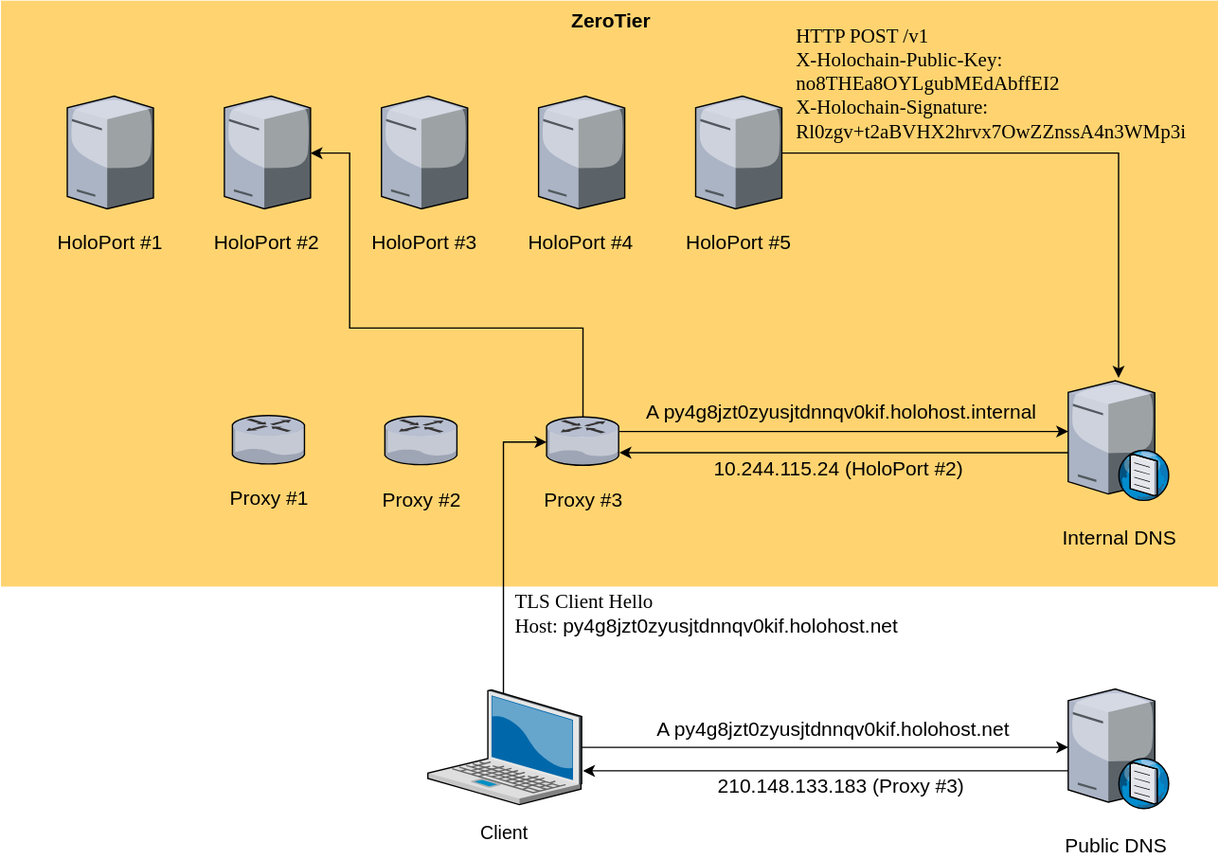
Above: diagram.svg in transumption-crypto/holo-router (draw.io), before the change. Source tidied: cells renumbered, new cells last; positions are measured from the earlier drawing's top-left corner, leaving out a move shared by most shapes.
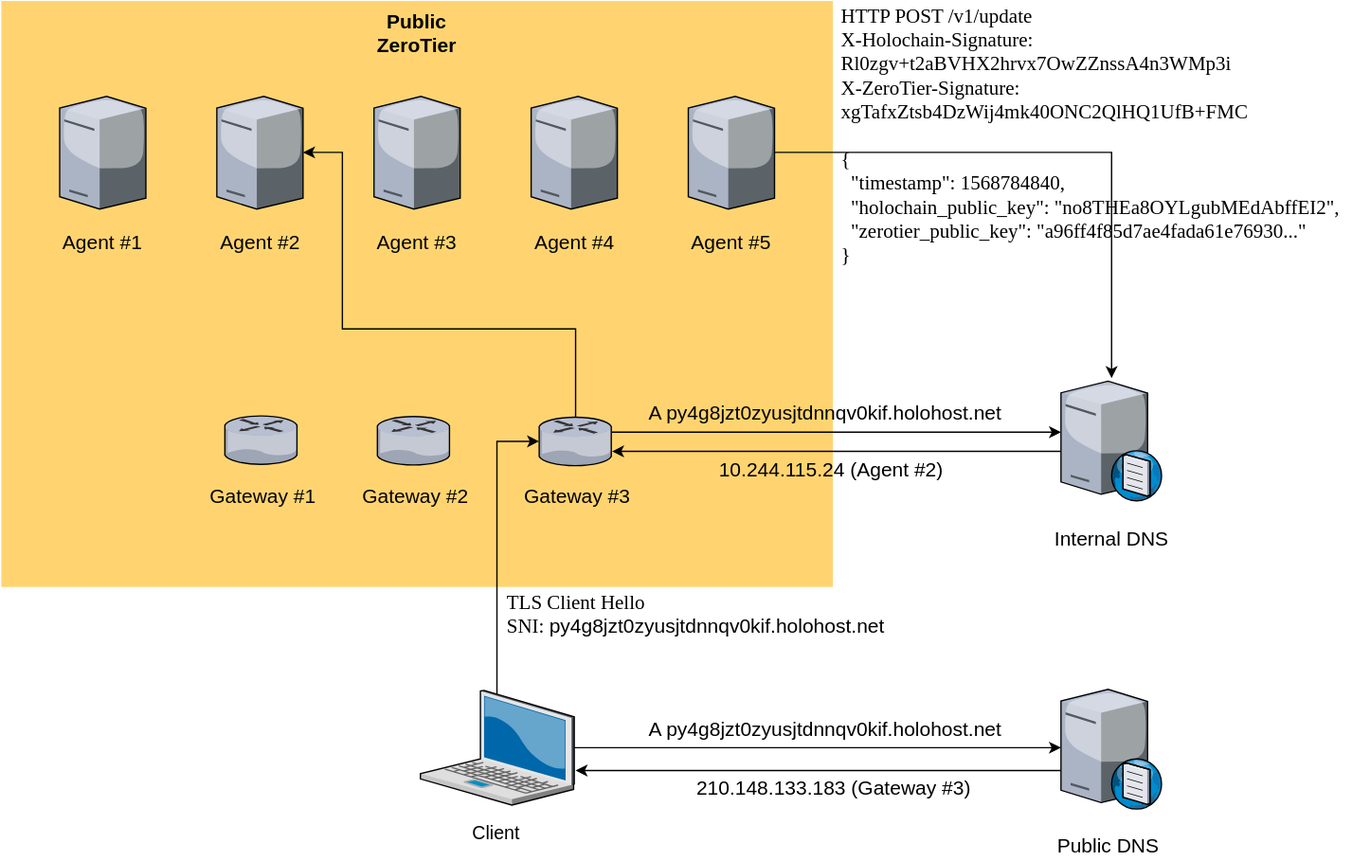
After the change.

Diff of the diagram source:
```diff
@@ -2,8 +2,8 @@
   <root>
     <mxCell id="0" style="html=1;" />
     <mxCell id="1" style="html=1;" parent="0" />
-    <mxCell id="2" value="&lt;font style=&quot;font-size: 15px&quot;&gt;&lt;b&gt;ZeroTier&lt;/b&gt;&lt;/font&gt;" style="whiteSpace=wrap;html=1;fillColor=#FFD470;gradientColor=none;fontSize=14;strokeColor=none;verticalAlign=top;" parent="1" vertex="1">
-      <mxGeometry width="918" height="442" as="geometry" />
+    <mxCell id="2" value="&lt;font style=&quot;font-size: 15px&quot;&gt;&lt;b&gt;Public ZeroTier&lt;/b&gt;&lt;/font&gt;" style="whiteSpace=wrap;html=1;fillColor=#FFD470;gradientColor=none;fontSize=14;strokeColor=none;verticalAlign=top;" parent="1" vertex="1">
+      <mxGeometry x="6" width="627" height="442" as="geometry" />
     </mxCell>
     <mxCell id="3" style="edgeStyle=orthogonalEdgeStyle;rounded=0;jettySize=auto;html=1;fontSize=15;" parent="1" edge="1" source="5" target="29">
       <mxGeometry relative="1" as="geometry" />
@@ -46,32 +46,32 @@
     <mxCell id="14" value="Internal DNS" style="text;html=1;align=center;verticalAlign=middle;fillColor=none;strokeColor=none;rounded=0;fontSize=15;" parent="12" vertex="1">
       <mxGeometry y="110" width="100" height="20" as="geometry" />
     </mxCell>
-    <mxCell id="15" value="HoloPort #1" style="text;html=1;align=center;verticalAlign=middle;fillColor=none;strokeColor=none;rounded=0;fontSize=15;" parent="1" vertex="1">
-      <mxGeometry x="32.5" y="172" width="100" height="20" as="geometry" />
+    <mxCell id="15" value="Agent #1" style="text;html=1;align=center;verticalAlign=middle;fillColor=none;strokeColor=none;rounded=0;fontSize=15;" parent="1" vertex="1">
+      <mxGeometry x="42.5" y="172" width="80" height="20" as="geometry" />
     </mxCell>
-    <mxCell id="16" value="HoloPort #2" style="text;html=1;align=center;verticalAlign=middle;fillColor=none;strokeColor=none;rounded=0;fontSize=15;" parent="1" vertex="1">
-      <mxGeometry x="151" y="172" width="100" height="20" as="geometry" />
+    <mxCell id="16" value="Agent #2" style="text;html=1;align=center;verticalAlign=middle;fillColor=none;strokeColor=none;rounded=0;fontSize=15;" parent="1" vertex="1">
+      <mxGeometry x="161" y="172" width="80" height="20" as="geometry" />
     </mxCell>
-    <mxCell id="17" value="HoloPort #3" style="text;html=1;align=center;verticalAlign=middle;fillColor=none;strokeColor=none;rounded=0;fontSize=15;" parent="1" vertex="1">
-      <mxGeometry x="269.5" y="172" width="100" height="20" as="geometry" />
+    <mxCell id="17" value="Agent #3" style="text;html=1;align=center;verticalAlign=middle;fillColor=none;strokeColor=none;rounded=0;fontSize=15;" parent="1" vertex="1">
+      <mxGeometry x="279.5" y="172" width="80" height="20" as="geometry" />
     </mxCell>
-    <mxCell id="18" value="HoloPort #4" style="text;html=1;align=center;verticalAlign=middle;fillColor=none;strokeColor=none;rounded=0;fontSize=15;" parent="1" vertex="1">
-      <mxGeometry x="388" y="172" width="100" height="20" as="geometry" />
+    <mxCell id="18" value="Agent #4" style="text;html=1;align=center;verticalAlign=middle;fillColor=none;strokeColor=none;rounded=0;fontSize=15;" parent="1" vertex="1">
+      <mxGeometry x="398" y="172" width="80" height="20" as="geometry" />
     </mxCell>
-    <mxCell id="19" value="HoloPort #5" style="text;html=1;align=center;verticalAlign=middle;fillColor=none;strokeColor=none;rounded=0;fontSize=15;" parent="1" vertex="1">
-      <mxGeometry x="506.5" y="172" width="100" height="20" as="geometry" />
+    <mxCell id="19" value="Agent #5" style="text;html=1;align=center;verticalAlign=middle;fillColor=none;strokeColor=none;rounded=0;fontSize=15;" parent="1" vertex="1">
+      <mxGeometry x="516.5" y="172" width="80" height="20" as="geometry" />
     </mxCell>
     <mxCell id="20" style="verticalLabelPosition=bottom;html=1;verticalAlign=top;strokeColor=none;align=center;shape=mxgraph.citrix.router;fontSize=15;" parent="1" vertex="1">
       <mxGeometry x="174.5" y="313" width="55" height="36.5" as="geometry" />
     </mxCell>
-    <mxCell id="21" value="Proxy #1" style="text;html=1;align=center;verticalAlign=middle;fillColor=none;strokeColor=none;rounded=0;fontSize=15;" parent="1" vertex="1">
-      <mxGeometry x="166.5" y="365" width="70" height="20" as="geometry" />
+    <mxCell id="21" value="Gateway #1" style="text;html=1;align=center;verticalAlign=middle;fillColor=none;strokeColor=none;rounded=0;fontSize=15;" parent="1" vertex="1">
+      <mxGeometry x="157" y="363" width="90" height="20" as="geometry" />
     </mxCell>
     <mxCell id="22" style="verticalLabelPosition=bottom;html=1;verticalAlign=top;strokeColor=none;align=center;shape=mxgraph.citrix.router;fontSize=15;" parent="1" vertex="1">
       <mxGeometry x="289.5" y="313.5" width="55" height="36.5" as="geometry" />
     </mxCell>
-    <mxCell id="23" value="Proxy #2" style="text;html=1;align=center;verticalAlign=middle;fillColor=none;strokeColor=none;rounded=0;fontSize=15;" parent="1" vertex="1">
-      <mxGeometry x="281.5" y="365.5" width="70" height="20" as="geometry" />
+    <mxCell id="23" value="Gateway #2" style="text;html=1;align=center;verticalAlign=middle;fillColor=none;strokeColor=none;rounded=0;fontSize=15;" parent="1" vertex="1">
+      <mxGeometry x="272" y="363" width="90" height="20" as="geometry" />
     </mxCell>
     <mxCell id="24" style="edgeStyle=orthogonalEdgeStyle;rounded=0;jettySize=auto;html=1;fontFamily=Lucida Console;fontSize=15;" parent="1" edge="1" source="26" target="13">
       <mxGeometry relative="1" as="geometry">
@@ -93,8 +93,8 @@
     <mxCell id="26" style="verticalLabelPosition=bottom;html=1;verticalAlign=top;strokeColor=none;align=center;outlineConnect=0;shape=mxgraph.citrix.router;fontSize=15;" parent="1" vertex="1">
       <mxGeometry x="411.5" y="314" width="55" height="36.5" as="geometry" />
     </mxCell>
-    <mxCell id="27" value="Proxy #3" style="text;html=1;align=center;verticalAlign=middle;fillColor=none;strokeColor=none;rounded=0;fontSize=15;" parent="1" vertex="1">
-      <mxGeometry x="403.5" y="366" width="70" height="20" as="geometry" />
+    <mxCell id="27" value="Gateway #3" style="text;html=1;align=center;verticalAlign=middle;fillColor=none;strokeColor=none;rounded=0;fontSize=15;" parent="1" vertex="1">
+      <mxGeometry x="394" y="363" width="90" height="20" as="geometry" />
     </mxCell>
     <mxCell id="28" style="group;" parent="1" vertex="1">
       <mxGeometry x="793.5" y="517" width="100" height="130" as="geometry" />
@@ -118,14 +118,14 @@
     <mxCell id="33" value="A py4g8jzt0zyusjtdnnqv0kif.holohost.net" style="text;html=1;align=center;verticalAlign=middle;fillColor=none;strokeColor=none;rounded=0;fontSize=15;" parent="1" vertex="1">
       <mxGeometry x="485" y="539" width="290" height="20" as="geometry" />
     </mxCell>
-    <mxCell id="34" value="210.148.133.183 (Proxy #3)" style="text;html=1;align=center;verticalAlign=middle;fillColor=none;strokeColor=none;rounded=0;fontSize=15;" parent="1" vertex="1">
-      <mxGeometry x="535" y="582" width="190" height="20" as="geometry" />
+    <mxCell id="34" value="210.148.133.183 (Gateway #3)" style="text;html=1;align=center;verticalAlign=middle;fillColor=none;strokeColor=none;rounded=0;fontSize=15;" parent="1" vertex="1">
+      <mxGeometry x="525" y="583" width="210" height="20" as="geometry" />
     </mxCell>
-    <mxCell id="35" value="TLS Client Hello&lt;br&gt;Host:&amp;nbsp;&lt;span style=&quot;font-family: &amp;#34;helvetica&amp;#34;&quot;&gt;py4g8jzt0zyusjtdnnqv0kif.holohost.net&lt;/span&gt;" style="text;html=1;align=left;verticalAlign=middle;fillColor=none;strokeColor=none;rounded=0;fontFamily=Lucida Console;fontSize=15;" parent="1" vertex="1">
-      <mxGeometry x="385.5" y="442" width="310" height="40" as="geometry" />
+    <mxCell id="35" value="TLS Client Hello&lt;br&gt;SNI:&amp;nbsp;&lt;span style=&quot;font-family: &amp;#34;helvetica&amp;#34;&quot;&gt;py4g8jzt0zyusjtdnnqv0kif.holohost.net&lt;/span&gt;" style="text;html=1;align=left;verticalAlign=middle;fillColor=none;strokeColor=none;rounded=0;fontFamily=Lucida Console;fontSize=15;" parent="1" vertex="1">
+      <mxGeometry x="385.5" y="442" width="300" height="40" as="geometry" />
     </mxCell>
-    <mxCell id="36" value="A py4g8jzt0zyusjtdnnqv0kif.holohost.internal" style="text;html=1;align=center;verticalAlign=middle;fillColor=none;strokeColor=none;rounded=0;fontSize=15;" parent="1" vertex="1">
-      <mxGeometry x="481" y="300" width="310" height="20" as="geometry" />
+    <mxCell id="36" value="A py4g8jzt0zyusjtdnnqv0kif.holohost.net" style="text;html=1;align=center;verticalAlign=middle;fillColor=none;strokeColor=none;rounded=0;fontSize=15;" parent="1" vertex="1">
+      <mxGeometry x="485" y="300" width="290" height="20" as="geometry" />
     </mxCell>
     <mxCell id="37" style="edgeStyle=orthogonalEdgeStyle;rounded=0;jettySize=auto;html=1;fontFamily=Lucida Console;fontSize=15;" parent="1" edge="1" source="13" target="26">
       <mxGeometry relative="1" as="geometry">
@@ -135,11 +135,11 @@
         </Array>
       </mxGeometry>
     </mxCell>
-    <mxCell id="38" value="10.244.115.24 (HoloPort #2)" style="text;html=1;align=center;verticalAlign=middle;fillColor=none;strokeColor=none;rounded=0;fontSize=15;" parent="1" vertex="1">
-      <mxGeometry x="530" y="343" width="200" height="20" as="geometry" />
+    <mxCell id="38" value="10.244.115.24 (Agent #2)" style="text;html=1;align=center;verticalAlign=middle;fillColor=none;strokeColor=none;rounded=0;fontSize=15;" parent="1" vertex="1">
+      <mxGeometry x="540" y="343" width="180" height="20" as="geometry" />
     </mxCell>
-    <mxCell id="39" value="HTTP POST /v1&lt;br&gt;X-Holochain-Public-Key:&lt;br&gt;no8THEa8OYLgubMEdAbffEI2&lt;br&gt;X-Holochain-Signature:&lt;br&gt;Rl0zgv+t2aBVHX2hrvx7OwZZnssA4n3WMp3i" style="text;html=1;align=left;verticalAlign=middle;fillColor=none;strokeColor=none;rounded=0;fontFamily=Lucida Console;fontSize=15;" parent="1" vertex="1">
-      <mxGeometry x="597.5" y="16" width="310" height="90" as="geometry" />
+    <mxCell id="39" value="HTTP POST /v1/update&lt;br&gt;X-Holochain-Signature:&lt;br&gt;Rl0zgv+t2aBVHX2hrvx7OwZZnssA4n3WMp3i&lt;br&gt;X-ZeroTier-Signature:&lt;br&gt;xgTafxZtsb4DzWij4mk40ONC2QlHQ1UfB+FMC&lt;br&gt;&lt;br&gt;{&lt;br&gt;&amp;nbsp; &quot;timestamp&quot;: 1568784840,&lt;br&gt;&amp;nbsp; &quot;holochain_public_key&quot;: &quot;no8THEa8OYLgubMEdAbffEI2&quot;,&lt;br&gt;&amp;nbsp; &quot;zerotier_public_key&quot;: &quot;a96ff4f85d7ae4fada61e76930...&quot;&lt;br&gt;}" style="text;html=1;align=left;verticalAlign=middle;fillColor=none;strokeColor=none;rounded=0;fontFamily=Lucida Console;fontSize=15;" parent="1" vertex="1">
+      <mxGeometry x="637" width="400" height="200" as="geometry" />
     </mxCell>
   </root>
 </mxGraphModel>
```
